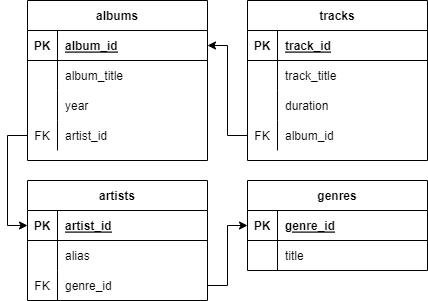
Earlier version of the draw.io export scheme.png (fdm1try/databases). Source tidied: cells renumbered, new cells last; positions are measured from the earlier drawing's top-left corner, leaving out a move shared by most shapes.
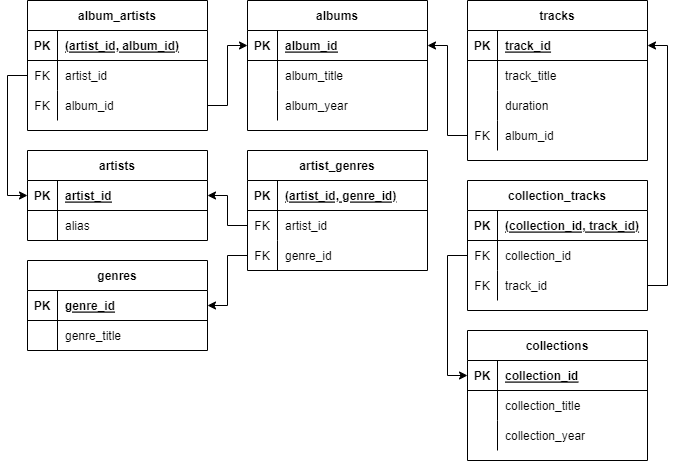
Above is the later version.

Commit message:
the database schema has been changed and a database initialization script has been added

The edit, as a diff of the source:
```diff
@@ -3,7 +3,7 @@
     <mxCell id="0" />
     <mxCell id="1" parent="0" />
     <mxCell id="2" value="tracks" style="shape=table;startSize=30;rowLines=0;fontStyle=1;align=center;" parent="1" vertex="1">
-      <mxGeometry x="220" width="180" height="160" as="geometry" />
+      <mxGeometry x="440" y="-20" width="180" height="160" as="geometry" />
     </mxCell>
     <mxCell id="3" style="shape=tableRow;horizontal=0;startSize=0;swimlaneHead=0;swimlaneBody=0;fillColor=none;points=[[0,0.5],[1,0.5]];portConstraint=eastwest;top=0;left=0;right=0;bottom=1;" parent="2" vertex="1">
       <mxGeometry y="30" width="180" height="30" as="geometry" />
@@ -42,7 +42,7 @@
       <mxGeometry x="30" width="150" height="30" as="geometry" />
     </mxCell>
     <mxCell id="15" value="albums" style="shape=table;startSize=30;rowLines=0;fontStyle=1;align=center;" parent="1" vertex="1">
-      <mxGeometry width="180" height="160" as="geometry" />
+      <mxGeometry x="220" y="-20" width="180" height="130" as="geometry" />
     </mxCell>
     <mxCell id="16" style="shape=tableRow;horizontal=0;startSize=0;swimlaneHead=0;swimlaneBody=0;fillColor=none;points=[[0,0.5],[1,0.5]];portConstraint=eastwest;top=0;left=0;right=0;bottom=1;" parent="15" vertex="1">
       <mxGeometry y="30" width="180" height="30" as="geometry" />
@@ -68,20 +68,11 @@
     <mxCell id="23" style="shape=partialRectangle;fillColor=none;top=0;left=0;bottom=0;right=0;overflow=hidden;" parent="22" vertex="1">
       <mxGeometry width="30" height="30" as="geometry" />
     </mxCell>
-    <mxCell id="24" value="year" style="shape=partialRectangle;fillColor=none;top=0;left=0;bottom=0;right=0;align=left;spacingLeft=6;overflow=hidden;" parent="22" vertex="1">
+    <mxCell id="24" value="album_year" style="shape=partialRectangle;fillColor=none;top=0;left=0;bottom=0;right=0;align=left;spacingLeft=6;overflow=hidden;" parent="22" vertex="1">
       <mxGeometry x="30" width="150" height="30" as="geometry" />
     </mxCell>
-    <mxCell id="25" style="shape=tableRow;horizontal=0;startSize=0;swimlaneHead=0;swimlaneBody=0;fillColor=none;points=[[0,0.5],[1,0.5]];portConstraint=eastwest;top=0;left=0;right=0;bottom=0;" parent="15" vertex="1">
-      <mxGeometry y="120" width="180" height="30" as="geometry" />
-    </mxCell>
-    <mxCell id="26" value="FK" style="shape=partialRectangle;fillColor=none;top=0;left=0;bottom=0;right=0;overflow=hidden;" parent="25" vertex="1">
-      <mxGeometry width="30" height="30" as="geometry" />
-    </mxCell>
-    <mxCell id="27" value="artist_id" style="shape=partialRectangle;fillColor=none;top=0;left=0;bottom=0;right=0;align=left;spacingLeft=6;overflow=hidden;" parent="25" vertex="1">
-      <mxGeometry x="30" width="150" height="30" as="geometry" />
-    </mxCell>
     <mxCell id="28" value="artists" style="shape=table;startSize=30;rowLines=0;fontStyle=1;align=center;" parent="1" vertex="1">
-      <mxGeometry y="180" width="180" height="120" as="geometry" />
+      <mxGeometry y="130" width="180" height="90" as="geometry" />
     </mxCell>
     <mxCell id="29" style="shape=tableRow;horizontal=0;startSize=0;swimlaneHead=0;swimlaneBody=0;fillColor=none;points=[[0,0.5],[1,0.5]];portConstraint=eastwest;top=0;left=0;right=0;bottom=1;" parent="28" vertex="1">
       <mxGeometry y="30" width="180" height="30" as="geometry" />
@@ -101,17 +92,8 @@
     <mxCell id="34" value="alias" style="shape=partialRectangle;fillColor=none;top=0;left=0;bottom=0;right=0;align=left;spacingLeft=6;overflow=hidden;" parent="32" vertex="1">
       <mxGeometry x="30" width="150" height="30" as="geometry" />
     </mxCell>
-    <mxCell id="35" style="shape=tableRow;horizontal=0;startSize=0;swimlaneHead=0;swimlaneBody=0;fillColor=none;points=[[0,0.5],[1,0.5]];portConstraint=eastwest;top=0;left=0;right=0;bottom=0;" parent="28" vertex="1">
-      <mxGeometry y="90" width="180" height="30" as="geometry" />
-    </mxCell>
-    <mxCell id="36" value="FK" style="shape=partialRectangle;fillColor=none;top=0;left=0;bottom=0;right=0;overflow=hidden;" parent="35" vertex="1">
-      <mxGeometry width="30" height="30" as="geometry" />
-    </mxCell>
-    <mxCell id="37" value="genre_id" style="shape=partialRectangle;fillColor=none;top=0;left=0;bottom=0;right=0;align=left;spacingLeft=6;overflow=hidden;" parent="35" vertex="1">
-      <mxGeometry x="30" width="150" height="30" as="geometry" />
-    </mxCell>
     <mxCell id="38" value="genres" style="shape=table;startSize=30;rowLines=0;fontStyle=1;align=center;" parent="1" vertex="1">
-      <mxGeometry x="220" y="180" width="180" height="90" as="geometry" />
+      <mxGeometry y="240" width="180" height="90" as="geometry" />
     </mxCell>
     <mxCell id="39" style="shape=tableRow;horizontal=0;startSize=0;swimlaneHead=0;swimlaneBody=0;fillColor=none;points=[[0,0.5],[1,0.5]];portConstraint=eastwest;top=0;left=0;right=0;bottom=1;" parent="38" vertex="1">
       <mxGeometry y="30" width="180" height="30" as="geometry" />
@@ -128,17 +110,149 @@
     <mxCell id="43" style="shape=partialRectangle;fillColor=none;top=0;left=0;bottom=0;right=0;overflow=hidden;" parent="42" vertex="1">
       <mxGeometry width="30" height="30" as="geometry" />
     </mxCell>
-    <mxCell id="44" value="title" style="shape=partialRectangle;fillColor=none;top=0;left=0;bottom=0;right=0;align=left;spacingLeft=6;overflow=hidden;" parent="42" vertex="1">
+    <mxCell id="44" value="genre_title" style="shape=partialRectangle;fillColor=none;top=0;left=0;bottom=0;right=0;align=left;spacingLeft=6;overflow=hidden;" parent="42" vertex="1">
       <mxGeometry x="30" width="150" height="30" as="geometry" />
     </mxCell>
     <mxCell id="45" style="edgeStyle=orthogonalEdgeStyle;rounded=0;jettySize=auto;html=1;exitX=0;exitY=0.5;exitDx=0;exitDy=0;entryX=1;entryY=0.5;entryDx=0;entryDy=0;" parent="1" edge="1" source="12" target="16">
       <mxGeometry relative="1" as="geometry" />
     </mxCell>
-    <mxCell id="46" style="edgeStyle=orthogonalEdgeStyle;rounded=0;jettySize=auto;html=1;exitX=0;exitY=0.5;exitDx=0;exitDy=0;entryX=0;entryY=0.5;entryDx=0;entryDy=0;" parent="1" edge="1" source="25" target="29">
-      <mxGeometry relative="1" as="geometry" />
-    </mxCell>
-    <mxCell id="47" style="edgeStyle=orthogonalEdgeStyle;rounded=0;jettySize=auto;html=1;exitX=1;exitY=0.5;exitDx=0;exitDy=0;entryX=0;entryY=0.5;entryDx=0;entryDy=0;" parent="1" edge="1" source="35" target="39">
-      <mxGeometry relative="1" as="geometry" />
-    </mxCell>
+    <mxCell id="48" value="album_artists" style="shape=table;startSize=30;rowLines=0;fontStyle=1;align=center;" parent="1" vertex="1">
+      <mxGeometry y="-20" width="180" height="130" as="geometry" />
+    </mxCell>
+    <mxCell id="49" style="shape=tableRow;horizontal=0;startSize=0;swimlaneHead=0;swimlaneBody=0;fillColor=none;top=0;left=0;right=0;bottom=1;" parent="48" vertex="1">
+      <mxGeometry y="30" width="180" height="30" as="geometry" />
+    </mxCell>
+    <mxCell id="50" value="PK" style="shape=partialRectangle;fillColor=none;top=0;left=0;bottom=0;right=0;fontStyle=1;overflow=hidden;" parent="49" vertex="1">
+      <mxGeometry width="30" height="30" as="geometry" />
+    </mxCell>
+    <mxCell id="51" value="(artist_id, album_id)" style="shape=partialRectangle;fillColor=none;top=0;left=0;bottom=0;right=0;align=left;spacingLeft=6;fontStyle=5;overflow=hidden;" parent="49" vertex="1">
+      <mxGeometry x="30" width="150" height="30" as="geometry" />
+    </mxCell>
+    <mxCell id="52" style="shape=tableRow;horizontal=0;startSize=0;swimlaneHead=0;swimlaneBody=0;fillColor=none;points=[[0,0.5],[1,0.5]];portConstraint=eastwest;top=0;left=0;right=0;bottom=0;" parent="48" vertex="1">
+      <mxGeometry y="60" width="180" height="30" as="geometry" />
+    </mxCell>
+    <mxCell id="53" value="FK" style="shape=partialRectangle;fillColor=none;top=0;left=0;bottom=0;right=0;overflow=hidden;" parent="52" vertex="1">
+      <mxGeometry width="30" height="30" as="geometry" />
+    </mxCell>
+    <mxCell id="54" value="artist_id" style="shape=partialRectangle;fillColor=none;top=0;left=0;bottom=0;right=0;align=left;spacingLeft=6;overflow=hidden;" parent="52" vertex="1">
+      <mxGeometry x="30" width="150" height="30" as="geometry" />
+    </mxCell>
+    <mxCell id="55" style="shape=tableRow;horizontal=0;startSize=0;swimlaneHead=0;swimlaneBody=0;fillColor=none;points=[[0,0.5],[1,0.5]];portConstraint=eastwest;top=0;left=0;right=0;bottom=0;" parent="48" vertex="1">
+      <mxGeometry y="90" width="180" height="30" as="geometry" />
+    </mxCell>
+    <mxCell id="56" value="FK" style="shape=partialRectangle;fillColor=none;top=0;left=0;bottom=0;right=0;overflow=hidden;" parent="55" vertex="1">
+      <mxGeometry width="30" height="30" as="geometry" />
+    </mxCell>
+    <mxCell id="57" value="album_id" style="shape=partialRectangle;fillColor=none;top=0;left=0;bottom=0;right=0;align=left;spacingLeft=6;overflow=hidden;" parent="55" vertex="1">
+      <mxGeometry x="30" width="150" height="30" as="geometry" />
+    </mxCell>
+    <mxCell id="58" value="artist_genres" style="shape=table;startSize=30;rowLines=0;fontStyle=1;align=center;" parent="1" vertex="1">
+      <mxGeometry x="220" y="130" width="180" height="120" as="geometry" />
+    </mxCell>
+    <mxCell id="59" style="shape=tableRow;horizontal=0;startSize=0;swimlaneHead=0;swimlaneBody=0;fillColor=none;top=0;left=0;right=0;bottom=1;" parent="58" vertex="1">
+      <mxGeometry y="30" width="180" height="30" as="geometry" />
+    </mxCell>
+    <mxCell id="60" value="PK" style="shape=partialRectangle;fillColor=none;top=0;left=0;bottom=0;right=0;fontStyle=1;overflow=hidden;" parent="59" vertex="1">
+      <mxGeometry width="30" height="30" as="geometry" />
+    </mxCell>
+    <mxCell id="61" value="(artist_id, genre_id)" style="shape=partialRectangle;fillColor=none;top=0;left=0;bottom=0;right=0;align=left;spacingLeft=6;fontStyle=5;overflow=hidden;" parent="59" vertex="1">
+      <mxGeometry x="30" width="150" height="30" as="geometry" />
+    </mxCell>
+    <mxCell id="62" style="shape=tableRow;horizontal=0;startSize=0;swimlaneHead=0;swimlaneBody=0;fillColor=none;points=[[0,0.5],[1,0.5]];portConstraint=eastwest;top=0;left=0;right=0;bottom=0;" parent="58" vertex="1">
+      <mxGeometry y="60" width="180" height="30" as="geometry" />
+    </mxCell>
+    <mxCell id="63" value="FK" style="shape=partialRectangle;fillColor=none;top=0;left=0;bottom=0;right=0;overflow=hidden;" parent="62" vertex="1">
+      <mxGeometry width="30" height="30" as="geometry" />
+    </mxCell>
+    <mxCell id="64" value="artist_id" style="shape=partialRectangle;fillColor=none;top=0;left=0;bottom=0;right=0;align=left;spacingLeft=6;overflow=hidden;" parent="62" vertex="1">
+      <mxGeometry x="30" width="150" height="30" as="geometry" />
+    </mxCell>
+    <mxCell id="65" style="shape=tableRow;horizontal=0;startSize=0;swimlaneHead=0;swimlaneBody=0;fillColor=none;points=[[0,0.5],[1,0.5]];portConstraint=eastwest;top=0;left=0;right=0;bottom=0;" parent="58" vertex="1">
+      <mxGeometry y="90" width="180" height="30" as="geometry" />
+    </mxCell>
+    <mxCell id="66" value="FK" style="shape=partialRectangle;fillColor=none;top=0;left=0;bottom=0;right=0;overflow=hidden;" parent="65" vertex="1">
+      <mxGeometry width="30" height="30" as="geometry" />
+    </mxCell>
+    <mxCell id="37" value="genre_id" style="shape=partialRectangle;fillColor=none;top=0;left=0;bottom=0;right=0;align=left;spacingLeft=6;overflow=hidden;" parent="65" vertex="1">
+      <mxGeometry x="30" width="150" height="30" as="geometry" />
+    </mxCell>
+    <mxCell id="67" style="edgeStyle=orthogonalEdgeStyle;rounded=0;jettySize=auto;html=1;exitX=1;exitY=0.5;exitDx=0;exitDy=0;entryX=0;entryY=0.5;entryDx=0;entryDy=0;" parent="1" edge="1" source="55" target="16">
+      <mxGeometry relative="1" as="geometry" />
+    </mxCell>
+    <mxCell id="68" value="collections" style="shape=table;startSize=30;rowLines=0;fontStyle=1;align=center;" parent="1" vertex="1">
+      <mxGeometry x="440" y="310" width="180" height="130" as="geometry" />
+    </mxCell>
+    <mxCell id="69" style="shape=tableRow;horizontal=0;startSize=0;swimlaneHead=0;swimlaneBody=0;fillColor=none;points=[[0,0.5],[1,0.5]];portConstraint=eastwest;top=0;left=0;right=0;bottom=1;" parent="68" vertex="1">
+      <mxGeometry y="30" width="180" height="30" as="geometry" />
+    </mxCell>
+    <mxCell id="70" value="PK" style="shape=partialRectangle;fillColor=none;top=0;left=0;bottom=0;right=0;fontStyle=1;overflow=hidden;" parent="69" vertex="1">
+      <mxGeometry width="30" height="30" as="geometry" />
+    </mxCell>
+    <mxCell id="71" value="collection_id" style="shape=partialRectangle;fillColor=none;top=0;left=0;bottom=0;right=0;align=left;spacingLeft=6;fontStyle=5;overflow=hidden;" parent="69" vertex="1">
+      <mxGeometry x="30" width="150" height="30" as="geometry" />
+    </mxCell>
+    <mxCell id="72" style="shape=tableRow;horizontal=0;startSize=0;swimlaneHead=0;swimlaneBody=0;fillColor=none;top=0;left=0;right=0;bottom=0;" parent="68" vertex="1">
+      <mxGeometry y="60" width="180" height="30" as="geometry" />
+    </mxCell>
+    <mxCell id="73" style="shape=partialRectangle;fillColor=none;top=0;left=0;bottom=0;right=0;overflow=hidden;" parent="72" vertex="1">
+      <mxGeometry width="30" height="30" as="geometry" />
+    </mxCell>
+    <mxCell id="74" value="collection_title" style="shape=partialRectangle;fillColor=none;top=0;left=0;bottom=0;right=0;align=left;spacingLeft=6;overflow=hidden;" parent="72" vertex="1">
+      <mxGeometry x="30" width="150" height="30" as="geometry" />
+    </mxCell>
+    <mxCell id="75" style="shape=tableRow;horizontal=0;startSize=0;swimlaneHead=0;swimlaneBody=0;fillColor=none;top=0;left=0;right=0;bottom=0;" parent="68" vertex="1">
+      <mxGeometry y="90" width="180" height="30" as="geometry" />
+    </mxCell>
+    <mxCell id="76" style="shape=partialRectangle;fillColor=none;top=0;left=0;bottom=0;right=0;overflow=hidden;" parent="75" vertex="1">
+      <mxGeometry width="30" height="30" as="geometry" />
+    </mxCell>
+    <mxCell id="77" value="collection_year" style="shape=partialRectangle;fillColor=none;top=0;left=0;bottom=0;right=0;align=left;spacingLeft=6;overflow=hidden;" parent="75" vertex="1">
+      <mxGeometry x="30" width="150" height="30" as="geometry" />
+    </mxCell>
+    <mxCell id="78" value="collection_tracks" style="shape=table;startSize=30;rowLines=0;fontStyle=1;align=center;" parent="1" vertex="1">
+      <mxGeometry x="440" y="160" width="180" height="130" as="geometry" />
+    </mxCell>
+    <mxCell id="79" style="shape=tableRow;horizontal=0;startSize=0;swimlaneHead=0;swimlaneBody=0;fillColor=none;top=0;left=0;right=0;bottom=1;" parent="78" vertex="1">
+      <mxGeometry y="30" width="180" height="30" as="geometry" />
+    </mxCell>
+    <mxCell id="80" value="PK" style="shape=partialRectangle;fillColor=none;top=0;left=0;bottom=0;right=0;fontStyle=1;overflow=hidden;" parent="79" vertex="1">
+      <mxGeometry width="30" height="30" as="geometry" />
+    </mxCell>
+    <mxCell id="81" value="(collection_id, track_id)" style="shape=partialRectangle;fillColor=none;top=0;left=0;bottom=0;right=0;align=left;spacingLeft=6;fontStyle=5;overflow=hidden;" parent="79" vertex="1">
+      <mxGeometry x="30" width="150" height="30" as="geometry" />
+    </mxCell>
+    <mxCell id="82" style="shape=tableRow;horizontal=0;startSize=0;swimlaneHead=0;swimlaneBody=0;fillColor=none;points=[[0,0.5],[1,0.5]];portConstraint=eastwest;top=0;left=0;right=0;bottom=0;" parent="78" vertex="1">
+      <mxGeometry y="60" width="180" height="30" as="geometry" />
+    </mxCell>
+    <mxCell id="83" value="FK" style="shape=partialRectangle;fillColor=none;top=0;left=0;bottom=0;right=0;overflow=hidden;" parent="82" vertex="1">
+      <mxGeometry width="30" height="30" as="geometry" />
+    </mxCell>
+    <mxCell id="84" value="collection_id" style="shape=partialRectangle;fillColor=none;top=0;left=0;bottom=0;right=0;align=left;spacingLeft=6;overflow=hidden;" parent="82" vertex="1">
+      <mxGeometry x="30" width="150" height="30" as="geometry" />
+    </mxCell>
+    <mxCell id="85" style="shape=tableRow;horizontal=0;startSize=0;swimlaneHead=0;swimlaneBody=0;fillColor=none;points=[[0,0.5],[1,0.5]];portConstraint=eastwest;top=0;left=0;right=0;bottom=0;" parent="78" vertex="1">
+      <mxGeometry y="90" width="180" height="30" as="geometry" />
+    </mxCell>
+    <mxCell id="86" value="FK" style="shape=partialRectangle;fillColor=none;top=0;left=0;bottom=0;right=0;overflow=hidden;" parent="85" vertex="1">
+      <mxGeometry width="30" height="30" as="geometry" />
+    </mxCell>
+    <mxCell id="87" value="track_id" style="shape=partialRectangle;fillColor=none;top=0;left=0;bottom=0;right=0;align=left;spacingLeft=6;overflow=hidden;" parent="85" vertex="1">
+      <mxGeometry x="30" width="150" height="30" as="geometry" />
+    </mxCell>
+    <mxCell id="88" style="edgeStyle=orthogonalEdgeStyle;rounded=0;jettySize=auto;html=1;exitX=1;exitY=0.5;exitDx=0;exitDy=0;" parent="1" edge="1" source="85" target="3">
+      <mxGeometry relative="1" as="geometry" />
+    </mxCell>
+    <mxCell id="89" style="edgeStyle=orthogonalEdgeStyle;rounded=0;jettySize=auto;html=1;exitX=0;exitY=0.5;exitDx=0;exitDy=0;entryX=0;entryY=0.5;entryDx=0;entryDy=0;" parent="1" edge="1" source="52" target="29">
+      <mxGeometry relative="1" as="geometry" />
+    </mxCell>
+    <mxCell id="90" style="edgeStyle=orthogonalEdgeStyle;rounded=0;jettySize=auto;html=1;exitX=0;exitY=0.5;exitDx=0;exitDy=0;" parent="1" edge="1" source="62" target="29">
+      <mxGeometry relative="1" as="geometry" />
+    </mxCell>
+    <mxCell id="91" style="edgeStyle=orthogonalEdgeStyle;rounded=0;jettySize=auto;html=1;exitX=0;exitY=0.5;exitDx=0;exitDy=0;" parent="1" edge="1" source="65" target="39">
+      <mxGeometry relative="1" as="geometry" />
+    </mxCell>
+    <mxCell id="92" style="edgeStyle=orthogonalEdgeStyle;rounded=0;jettySize=auto;html=1;exitX=0;exitY=0.5;exitDx=0;exitDy=0;entryX=0;entryY=0.5;entryDx=0;entryDy=0;" parent="1" edge="1" source="82" target="69">
+      <mxGeometry relative="1" as="geometry" />
+    </mxCell>
   </root>
 </mxGraphModel>
```
